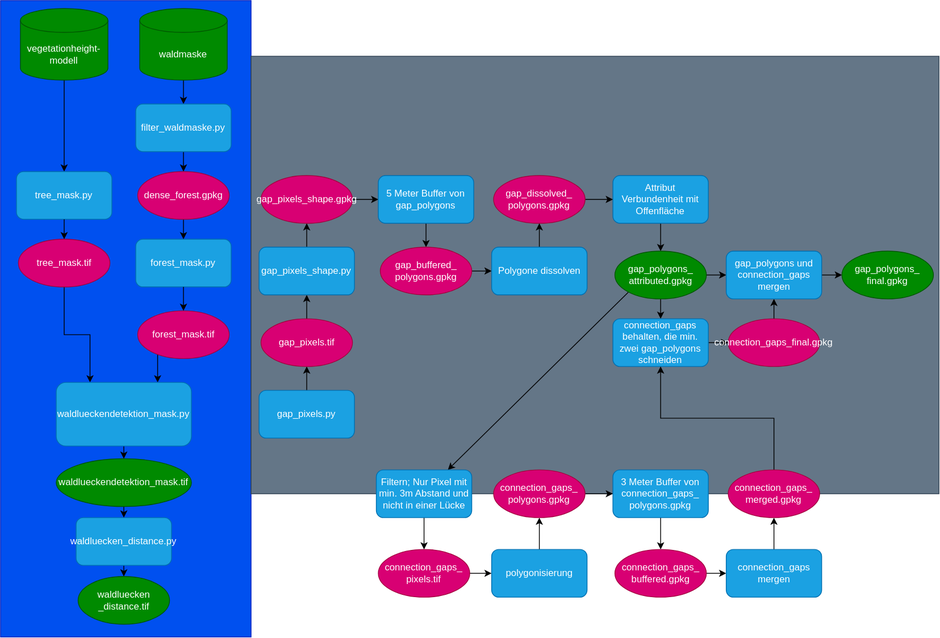
The draw.io diagram Lueckendetektion_scripts.drawio.svg in liobio72/Lueckendetektion, before a commit. Source tidied: cells renumbered, new cells last; positions are measured from the earlier drawing's top-left corner, leaving out a move shared by most shapes.
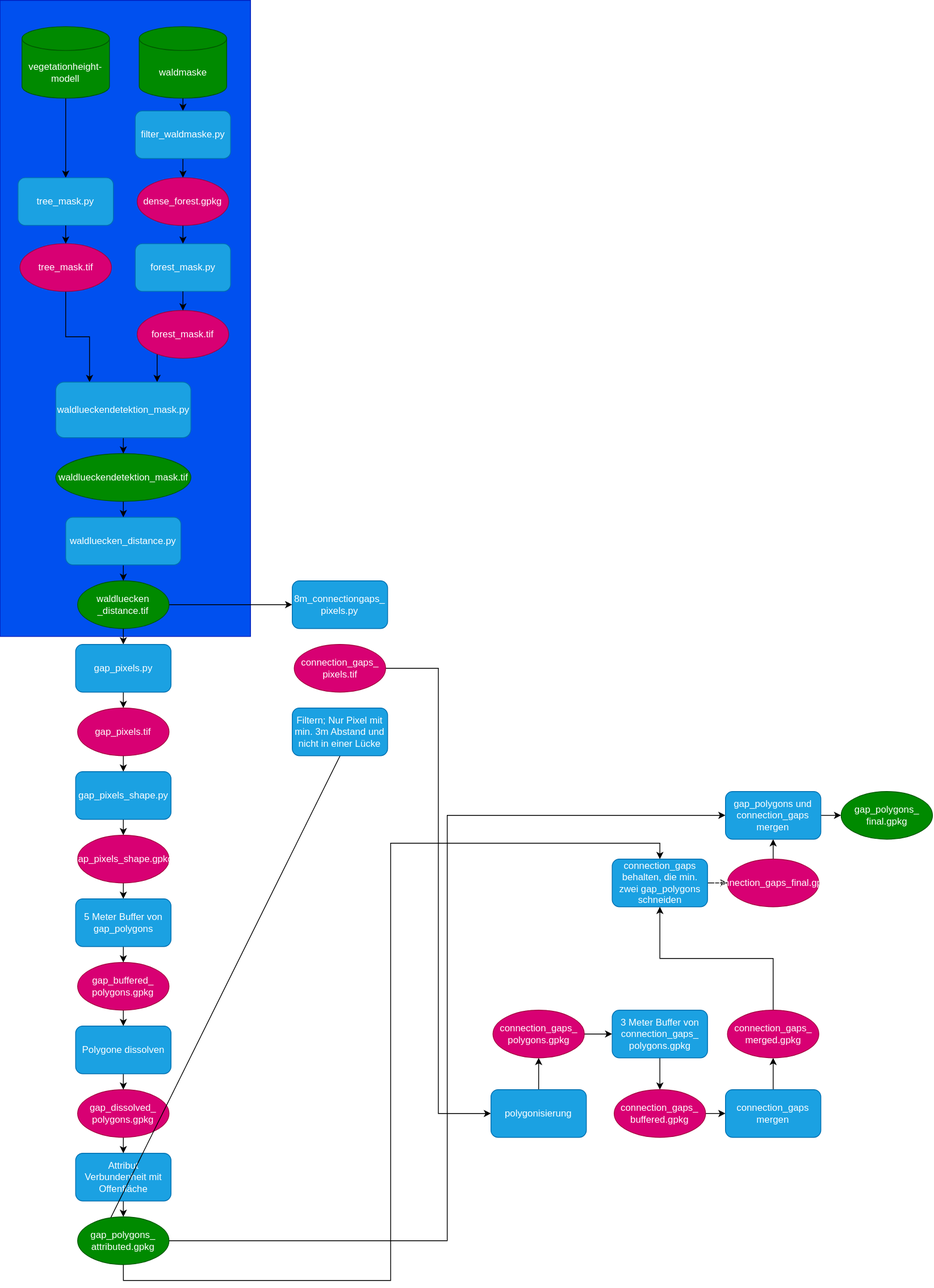
Later version of the same file.

Diff of the diagram source:
```diff
@@ -7,5 +7,2 @@
     </mxCell>
-    <mxCell id="3" style="rounded=0;whiteSpace=wrap;html=1;fillColor=#647687;strokeColor=#314354;fontColor=#ffffff;" parent="1" vertex="1">
-      <mxGeometry x="645" y="70" width="865" height="550" as="geometry" />
-    </mxCell>
     <mxCell id="4" style="edgeStyle=orthogonalEdgeStyle;rounded=0;jettySize=auto;html=1;exitX=0.5;exitY=1;exitDx=0;exitDy=0;exitPerimeter=0;entryX=0.5;entryY=0;entryDx=0;entryDy=0;" parent="1" edge="1" source="5" target="15">
@@ -14,3 +11,3 @@
     <mxCell id="5" value="vegetationheight-&lt;div&gt;modell&lt;/div&gt;" style="shape=cylinder3;whiteSpace=wrap;html=1;boundedLbl=1;backgroundOutline=1;size=15;fillColor=#008a00;fontColor=#ffffff;strokeColor=#005700;" parent="1" vertex="1">
-      <mxGeometry x="355" y="10" width="110" height="90" as="geometry" />
+      <mxGeometry x="357.5" y="33" width="110" height="90" as="geometry" />
     </mxCell>
@@ -20,3 +17,3 @@
     <mxCell id="7" value="waldmaske" style="shape=cylinder3;whiteSpace=wrap;html=1;boundedLbl=1;backgroundOutline=1;size=15;fillColor=#008a00;fontColor=#ffffff;strokeColor=#005700;" parent="1" vertex="1">
-      <mxGeometry x="505" y="10" width="110" height="90" as="geometry" />
+      <mxGeometry x="505" y="33" width="110" height="90" as="geometry" />
     </mxCell>
@@ -26,3 +23,3 @@
     <mxCell id="9" value="tree_mask.tif" style="ellipse;whiteSpace=wrap;html=1;fillColor=#d80073;fontColor=#ffffff;strokeColor=#A50040;" parent="1" vertex="1">
-      <mxGeometry x="352.5" y="300" width="115" height="60" as="geometry" />
+      <mxGeometry x="355" y="306" width="115" height="60" as="geometry" />
     </mxCell>
@@ -38,9 +35,9 @@
     <mxCell id="13" value="filter_waldmaske.py" style="rounded=1;whiteSpace=wrap;html=1;fillColor=#1ba1e2;fontColor=#ffffff;strokeColor=#006EAF;" parent="1" vertex="1">
-      <mxGeometry x="500" y="130" width="120" height="60" as="geometry" />
+      <mxGeometry x="500" y="139" width="120" height="60" as="geometry" />
     </mxCell>
     <mxCell id="14" value="forest_mask.py" style="rounded=1;whiteSpace=wrap;html=1;fillColor=#1ba1e2;fontColor=#ffffff;strokeColor=#006EAF;" parent="1" vertex="1">
-      <mxGeometry x="500" y="300" width="120" height="60" as="geometry" />
+      <mxGeometry x="500" y="306" width="120" height="60" as="geometry" />
     </mxCell>
     <mxCell id="15" value="tree_mask.py" style="rounded=1;whiteSpace=wrap;html=1;fillColor=#1ba1e2;fontColor=#ffffff;strokeColor=#006EAF;" parent="1" vertex="1">
-      <mxGeometry x="350" y="215" width="120" height="60" as="geometry" />
+      <mxGeometry x="352.5" y="223" width="120" height="60" as="geometry" />
     </mxCell>
@@ -56,3 +53,3 @@
     <mxCell id="19" value="waldlueckendetektion_mask.py" style="rounded=1;whiteSpace=wrap;html=1;fillColor=#1ba1e2;fontColor=#ffffff;strokeColor=#006EAF;" parent="1" vertex="1">
-      <mxGeometry x="400" y="480" width="170" height="80" as="geometry" />
+      <mxGeometry x="400" y="480" width="170" height="70" as="geometry" />
     </mxCell>
@@ -62,8 +59,14 @@
     <mxCell id="21" value="waldluecken_distance.py" style="rounded=1;whiteSpace=wrap;html=1;fillColor=#1ba1e2;fontColor=#ffffff;strokeColor=#006EAF;" parent="1" vertex="1">
-      <mxGeometry x="425" y="650" width="120" height="60" as="geometry" />
+      <mxGeometry x="412.5" y="650" width="145" height="60" as="geometry" />
     </mxCell>
+    <mxCell id="76" style="edgeStyle=orthogonalEdgeStyle;rounded=0;jettySize=auto;html=1;exitX=0.5;exitY=1;exitDx=0;exitDy=0;entryX=0.5;entryY=0;entryDx=0;entryDy=0;" parent="1" edge="1" source="22" target="24">
+      <mxGeometry relative="1" as="geometry" />
+    </mxCell>
+    <mxCell id="77" style="edgeStyle=orthogonalEdgeStyle;rounded=0;jettySize=auto;html=1;exitX=1;exitY=0.5;exitDx=0;exitDy=0;entryX=0;entryY=0.5;entryDx=0;entryDy=0;" parent="1" edge="1" source="22" target="78">
+      <mxGeometry relative="1" as="geometry" />
+    </mxCell>
     <mxCell id="22" value="waldluecken&lt;div&gt;_distance.tif&lt;/div&gt;" style="ellipse;whiteSpace=wrap;html=1;fillColor=#008a00;fontColor=#ffffff;strokeColor=#005700;" parent="1" vertex="1">
-      <mxGeometry x="427.5" y="724" width="115" height="60" as="geometry" />
+      <mxGeometry x="427.5" y="730" width="115" height="60" as="geometry" />
     </mxCell>
-    <mxCell id="23" style="edgeStyle=orthogonalEdgeStyle;rounded=0;jettySize=auto;html=1;exitX=0.5;exitY=0;exitDx=0;exitDy=0;entryX=0.5;entryY=1;entryDx=0;entryDy=0;" parent="1" edge="1" source="24" target="26">
+    <mxCell id="23" style="edgeStyle=orthogonalEdgeStyle;rounded=0;jettySize=auto;html=1;exitX=0.5;exitY=1;exitDx=0;exitDy=0;entryX=0.5;entryY=0;entryDx=0;entryDy=0;" parent="1" edge="1" source="24" target="26">
       <mxGeometry relative="1" as="geometry" />
@@ -71,5 +74,5 @@
     <mxCell id="24" value="gap_pixels.py" style="rounded=1;whiteSpace=wrap;html=1;fillColor=#1ba1e2;fontColor=#ffffff;strokeColor=#006EAF;" parent="1" vertex="1">
-      <mxGeometry x="655" y="490" width="120" height="60" as="geometry" />
+      <mxGeometry x="425" y="810" width="120" height="60" as="geometry" />
     </mxCell>
-    <mxCell id="25" style="edgeStyle=orthogonalEdgeStyle;rounded=0;jettySize=auto;html=1;exitX=0.5;exitY=0;exitDx=0;exitDy=0;entryX=0.5;entryY=1;entryDx=0;entryDy=0;" parent="1" edge="1" source="26" target="28">
+    <mxCell id="25" style="edgeStyle=orthogonalEdgeStyle;rounded=0;jettySize=auto;html=1;exitX=0.5;exitY=1;exitDx=0;exitDy=0;entryX=0.5;entryY=0;entryDx=0;entryDy=0;" parent="1" edge="1" source="26" target="28">
       <mxGeometry relative="1" as="geometry" />
@@ -77,5 +80,5 @@
     <mxCell id="26" value="gap_pixels.tif" style="ellipse;whiteSpace=wrap;html=1;fillColor=#d80073;fontColor=#ffffff;strokeColor=#A50040;" parent="1" vertex="1">
-      <mxGeometry x="657.5" y="400" width="115" height="60" as="geometry" />
+      <mxGeometry x="427.5" y="890" width="115" height="60" as="geometry" />
     </mxCell>
-    <mxCell id="27" style="edgeStyle=orthogonalEdgeStyle;rounded=0;jettySize=auto;html=1;exitX=0.5;exitY=0;exitDx=0;exitDy=0;entryX=0.5;entryY=1;entryDx=0;entryDy=0;" parent="1" edge="1" source="28" target="30">
+    <mxCell id="27" style="edgeStyle=orthogonalEdgeStyle;rounded=0;jettySize=auto;html=1;exitX=0.5;exitY=1;exitDx=0;exitDy=0;entryX=0.5;entryY=0;entryDx=0;entryDy=0;" parent="1" edge="1" source="28" target="30">
       <mxGeometry relative="1" as="geometry" />
@@ -83,5 +86,5 @@
     <mxCell id="28" value="gap_pixels_shape.py" style="rounded=1;whiteSpace=wrap;html=1;fillColor=#1ba1e2;fontColor=#ffffff;strokeColor=#006EAF;" parent="1" vertex="1">
-      <mxGeometry x="655" y="310" width="120" height="60" as="geometry" />
+      <mxGeometry x="425" y="970" width="120" height="60" as="geometry" />
     </mxCell>
-    <mxCell id="29" style="edgeStyle=orthogonalEdgeStyle;rounded=0;jettySize=auto;html=1;exitX=1;exitY=0.5;exitDx=0;exitDy=0;entryX=0;entryY=0.5;entryDx=0;entryDy=0;" parent="1" edge="1" source="30" target="32">
+    <mxCell id="29" style="edgeStyle=orthogonalEdgeStyle;rounded=0;jettySize=auto;html=1;exitX=0.5;exitY=1;exitDx=0;exitDy=0;entryX=0.5;entryY=0;entryDx=0;entryDy=0;" parent="1" edge="1" source="30" target="32">
       <mxGeometry relative="1" as="geometry" />
@@ -89,3 +92,3 @@
     <mxCell id="30" value="gap_pixels_shape.gpkg" style="ellipse;whiteSpace=wrap;html=1;fillColor=#d80073;fontColor=#ffffff;strokeColor=#A50040;" parent="1" vertex="1">
-      <mxGeometry x="657.5" y="220" width="115" height="60" as="geometry" />
+      <mxGeometry x="427.5" y="1050" width="115" height="60" as="geometry" />
     </mxCell>
@@ -95,5 +98,5 @@
     <mxCell id="32" value="5 Meter Buffer von gap_polygons" style="rounded=1;whiteSpace=wrap;html=1;fillColor=#1ba1e2;fontColor=#ffffff;strokeColor=#006EAF;" parent="1" vertex="1">
-      <mxGeometry x="805" y="220" width="120" height="60" as="geometry" />
+      <mxGeometry x="425" y="1130" width="120" height="60" as="geometry" />
     </mxCell>
-    <mxCell id="33" style="edgeStyle=orthogonalEdgeStyle;rounded=0;jettySize=auto;html=1;exitX=1;exitY=0.5;exitDx=0;exitDy=0;entryX=0;entryY=0.5;entryDx=0;entryDy=0;" parent="1" edge="1" source="34" target="42">
+    <mxCell id="33" style="edgeStyle=orthogonalEdgeStyle;rounded=0;jettySize=auto;html=1;exitX=0.5;exitY=1;exitDx=0;exitDy=0;entryX=0.5;entryY=0;entryDx=0;entryDy=0;" parent="1" edge="1" source="34" target="42">
       <mxGeometry relative="1" as="geometry" />
@@ -101,3 +104,3 @@
     <mxCell id="34" value="gap_buffered_&lt;div&gt;polygons.gpkg&lt;/div&gt;" style="ellipse;whiteSpace=wrap;html=1;fillColor=#d80073;fontColor=#ffffff;strokeColor=#A50040;" parent="1" vertex="1">
-      <mxGeometry x="807.5" y="310" width="115" height="60" as="geometry" />
+      <mxGeometry x="427.5" y="1210" width="115" height="60" as="geometry" />
     </mxCell>
@@ -107,3 +110,3 @@
     <mxCell id="36" value="waldlueckendetektion_&lt;span style=&quot;background-color: transparent; color: light-dark(rgb(255, 255, 255), rgb(18, 18, 18));&quot;&gt;mask.tif&lt;/span&gt;" style="ellipse;whiteSpace=wrap;html=1;fillColor=#008a00;fontColor=#ffffff;strokeColor=#005700;" parent="1" vertex="1">
-      <mxGeometry x="400" y="576" width="170" height="60" as="geometry" />
+      <mxGeometry x="400" y="570" width="170" height="60" as="geometry" />
     </mxCell>
@@ -113,5 +116,5 @@
     <mxCell id="38" value="Attribut Verbundenheit mit Offenfläche" style="rounded=1;whiteSpace=wrap;html=1;fillColor=#1ba1e2;fontColor=#ffffff;strokeColor=#006EAF;" parent="1" vertex="1">
-      <mxGeometry x="1100" y="220" width="120" height="60" as="geometry" />
+      <mxGeometry x="425" y="1450" width="120" height="60" as="geometry" />
     </mxCell>
-    <mxCell id="39" style="edgeStyle=orthogonalEdgeStyle;rounded=0;jettySize=auto;html=1;exitX=1;exitY=0.5;exitDx=0;exitDy=0;entryX=0;entryY=0.5;entryDx=0;entryDy=0;" parent="1" edge="1" source="40" target="38">
+    <mxCell id="39" style="edgeStyle=orthogonalEdgeStyle;rounded=0;jettySize=auto;html=1;exitX=0.5;exitY=1;exitDx=0;exitDy=0;entryX=0.5;entryY=0;entryDx=0;entryDy=0;" parent="1" edge="1" source="40" target="38">
       <mxGeometry relative="1" as="geometry" />
@@ -119,5 +122,5 @@
     <mxCell id="40" value="gap_&lt;span style=&quot;background-color: transparent; color: light-dark(rgb(255, 255, 255), rgb(18, 18, 18));&quot;&gt;dissolved_&lt;/span&gt;&lt;div&gt;&lt;span style=&quot;background-color: transparent; color: light-dark(rgb(255, 255, 255), rgb(18, 18, 18));&quot;&gt;polygons.gpkg&lt;/span&gt;&lt;/div&gt;" style="ellipse;whiteSpace=wrap;html=1;fillColor=#d80073;fontColor=#ffffff;strokeColor=#A50040;" parent="1" vertex="1">
-      <mxGeometry x="950" y="220" width="115" height="60" as="geometry" />
+      <mxGeometry x="427.5" y="1370" width="115" height="60" as="geometry" />
     </mxCell>
-    <mxCell id="41" style="edgeStyle=orthogonalEdgeStyle;rounded=0;jettySize=auto;html=1;exitX=0.5;exitY=0;exitDx=0;exitDy=0;entryX=0.5;entryY=1;entryDx=0;entryDy=0;" parent="1" edge="1" source="42" target="40">
+    <mxCell id="41" style="edgeStyle=orthogonalEdgeStyle;rounded=0;jettySize=auto;html=1;exitX=0.5;exitY=1;exitDx=0;exitDy=0;entryX=0.5;entryY=0;entryDx=0;entryDy=0;" parent="1" edge="1" source="42" target="40">
       <mxGeometry relative="1" as="geometry" />
@@ -125,3 +128,3 @@
     <mxCell id="42" value="Polygone dissolven" style="rounded=1;whiteSpace=wrap;html=1;fillColor=#1ba1e2;fontColor=#ffffff;strokeColor=#006EAF;" parent="1" vertex="1">
-      <mxGeometry x="947.5" y="310" width="120" height="60" as="geometry" />
+      <mxGeometry x="425" y="1290" width="120" height="60" as="geometry" />
     </mxCell>
@@ -137,3 +140,3 @@
     <mxCell id="46" value="gap_polygons_&lt;div&gt;&lt;span style=&quot;background-color: transparent; color: light-dark(rgb(255, 255, 255), rgb(18, 18, 18));&quot;&gt;attributed.gpkg&lt;/span&gt;&lt;/div&gt;" style="ellipse;whiteSpace=wrap;html=1;fillColor=#008a00;fontColor=#ffffff;strokeColor=#005700;" parent="1" vertex="1">
-      <mxGeometry x="1102.5" y="315" width="115" height="60" as="geometry" />
+      <mxGeometry x="427.5" y="1530" width="115" height="60" as="geometry" />
     </mxCell>
@@ -159,7 +162,4 @@
     </mxCell>
-    <mxCell id="51" style="edgeStyle=orthogonalEdgeStyle;rounded=0;jettySize=auto;html=1;exitX=0.5;exitY=1;exitDx=0;exitDy=0;entryX=0.5;entryY=0;entryDx=0;entryDy=0;" parent="1" edge="1" source="52" target="54">
-      <mxGeometry relative="1" as="geometry" />
-    </mxCell>
     <mxCell id="52" value="Filtern; Nur Pixel mit min. 3m Abstand und nicht in einer Lücke" style="rounded=1;whiteSpace=wrap;html=1;fillColor=#1ba1e2;fontColor=#ffffff;strokeColor=#006EAF;" parent="1" vertex="1">
-      <mxGeometry x="802.5" y="590" width="120" height="60" as="geometry" />
+      <mxGeometry x="697.5" y="890" width="120" height="60" as="geometry" />
     </mxCell>
@@ -169,3 +169,3 @@
     <mxCell id="54" value="connection_gaps_&lt;div&gt;pixels.tif&lt;/div&gt;" style="ellipse;whiteSpace=wrap;html=1;fillColor=#d80073;fontColor=#ffffff;strokeColor=#A50040;" parent="1" vertex="1">
-      <mxGeometry x="805" y="690" width="115" height="60" as="geometry" />
+      <mxGeometry x="700" y="810" width="115" height="60" as="geometry" />
     </mxCell>
@@ -175,3 +175,3 @@
     <mxCell id="56" value="polygonisierung" style="rounded=1;whiteSpace=wrap;html=1;fillColor=#1ba1e2;fontColor=#ffffff;strokeColor=#006EAF;" parent="1" vertex="1">
-      <mxGeometry x="947.5" y="690" width="120" height="60" as="geometry" />
+      <mxGeometry x="947.5" y="1370" width="120" height="60" as="geometry" />
     </mxCell>
@@ -181,3 +181,3 @@
     <mxCell id="58" value="connection_gaps_&lt;div&gt;polygons.gpkg&lt;/div&gt;" style="ellipse;whiteSpace=wrap;html=1;fillColor=#d80073;fontColor=#ffffff;strokeColor=#A50040;" parent="1" vertex="1">
-      <mxGeometry x="950" y="590" width="115" height="60" as="geometry" />
+      <mxGeometry x="950" y="1270" width="115" height="60" as="geometry" />
     </mxCell>
@@ -187,3 +187,3 @@
     <mxCell id="60" value="3 Meter Buffer von connection_gaps_&lt;div&gt;polygons.gpkg&lt;/div&gt;" style="rounded=1;whiteSpace=wrap;html=1;fillColor=#1ba1e2;fontColor=#ffffff;strokeColor=#006EAF;" parent="1" vertex="1">
-      <mxGeometry x="1100" y="590" width="120" height="60" as="geometry" />
+      <mxGeometry x="1100" y="1270" width="120" height="60" as="geometry" />
     </mxCell>
@@ -193,3 +193,3 @@
     <mxCell id="62" value="connection_gaps_&lt;div&gt;buffered&lt;span style=&quot;background-color: transparent; color: light-dark(rgb(255, 255, 255), rgb(18, 18, 18));&quot;&gt;.gpkg&lt;/span&gt;&lt;/div&gt;" style="ellipse;whiteSpace=wrap;html=1;fillColor=#d80073;fontColor=#ffffff;strokeColor=#A50040;" parent="1" vertex="1">
-      <mxGeometry x="1102.5" y="690" width="115" height="60" as="geometry" />
+      <mxGeometry x="1102.5" y="1370" width="115" height="60" as="geometry" />
     </mxCell>
@@ -199,3 +199,3 @@
     <mxCell id="64" value="connection_gaps behalten, die min. zwei gap_polygons schneiden" style="rounded=1;whiteSpace=wrap;html=1;fillColor=#1ba1e2;fontColor=#ffffff;strokeColor=#006EAF;" parent="1" vertex="1">
-      <mxGeometry x="1100" y="400" width="120" height="60" as="geometry" />
+      <mxGeometry x="1100" y="1080" width="120" height="60" as="geometry" />
     </mxCell>
@@ -205,3 +205,3 @@
     <mxCell id="66" value="&lt;div&gt;connection_gaps_final&lt;span style=&quot;background-color: transparent; color: light-dark(rgb(255, 255, 255), rgb(18, 18, 18));&quot;&gt;.gpkg&lt;/span&gt;&lt;/div&gt;" style="ellipse;whiteSpace=wrap;html=1;fillColor=#d80073;fontColor=#ffffff;strokeColor=#A50040;" parent="1" vertex="1">
-      <mxGeometry x="1245" y="400" width="115" height="60" as="geometry" />
+      <mxGeometry x="1245" y="1080" width="115" height="60" as="geometry" />
     </mxCell>
@@ -211,3 +211,3 @@
     <mxCell id="68" value="connection_gaps&lt;div&gt;mergen&lt;/div&gt;" style="rounded=1;whiteSpace=wrap;html=1;fillColor=#1ba1e2;fontColor=#ffffff;strokeColor=#006EAF;" parent="1" vertex="1">
-      <mxGeometry x="1242.5" y="690" width="120" height="60" as="geometry" />
+      <mxGeometry x="1242.5" y="1370" width="120" height="60" as="geometry" />
     </mxCell>
@@ -217,3 +217,3 @@
     <mxCell id="70" value="connection_gaps_&lt;div&gt;&lt;span style=&quot;background-color: transparent; color: light-dark(rgb(255, 255, 255), rgb(18, 18, 18));&quot;&gt;merged.gpkg&lt;/span&gt;&lt;/div&gt;" style="ellipse;whiteSpace=wrap;html=1;fillColor=#d80073;fontColor=#ffffff;strokeColor=#A50040;" parent="1" vertex="1">
-      <mxGeometry x="1245" y="590" width="115" height="60" as="geometry" />
+      <mxGeometry x="1245" y="1270" width="115" height="60" as="geometry" />
     </mxCell>
@@ -223,6 +223,6 @@
     <mxCell id="72" value="gap_polygons und connection_gaps mergen" style="rounded=1;whiteSpace=wrap;html=1;fillColor=#1ba1e2;fontColor=#ffffff;strokeColor=#006EAF;" parent="1" vertex="1">
-      <mxGeometry x="1242.5" y="315" width="120" height="60" as="geometry" />
+      <mxGeometry x="1242.5" y="995" width="120" height="60" as="geometry" />
     </mxCell>
     <mxCell id="73" value="gap_polygons_&lt;div&gt;final&lt;span style=&quot;background-color: transparent; color: light-dark(rgb(255, 255, 255), rgb(18, 18, 18));&quot;&gt;.gpkg&lt;/span&gt;&lt;/div&gt;" style="ellipse;whiteSpace=wrap;html=1;fillColor=#008a00;fontColor=#ffffff;strokeColor=#005700;" parent="1" vertex="1">
-      <mxGeometry x="1388" y="315" width="115" height="60" as="geometry" />
+      <mxGeometry x="1388" y="995" width="115" height="60" as="geometry" />
     </mxCell>
@@ -232,4 +232,7 @@
     <mxCell id="75" value="dense_forest&lt;span style=&quot;background-color: transparent; color: light-dark(rgb(255, 255, 255), rgb(18, 18, 18));&quot;&gt;.gpkg&lt;/span&gt;" style="ellipse;whiteSpace=wrap;html=1;fillColor=#d80073;fontColor=#ffffff;strokeColor=#A50040;" parent="1" vertex="1">
-      <mxGeometry x="502.5" y="215" width="115" height="60" as="geometry" />
+      <mxGeometry x="502.5" y="223" width="115" height="60" as="geometry" />
     </mxCell>
+    <mxCell id="78" value="8m_connectiongaps_&lt;div&gt;pixels.py&lt;/div&gt;" style="rounded=1;whiteSpace=wrap;html=1;fillColor=#1ba1e2;fontColor=#ffffff;strokeColor=#006EAF;" parent="1" vertex="1">
+      <mxGeometry x="697.5" y="730" width="120" height="60" as="geometry" />
+    </mxCell>
   </root>
```
